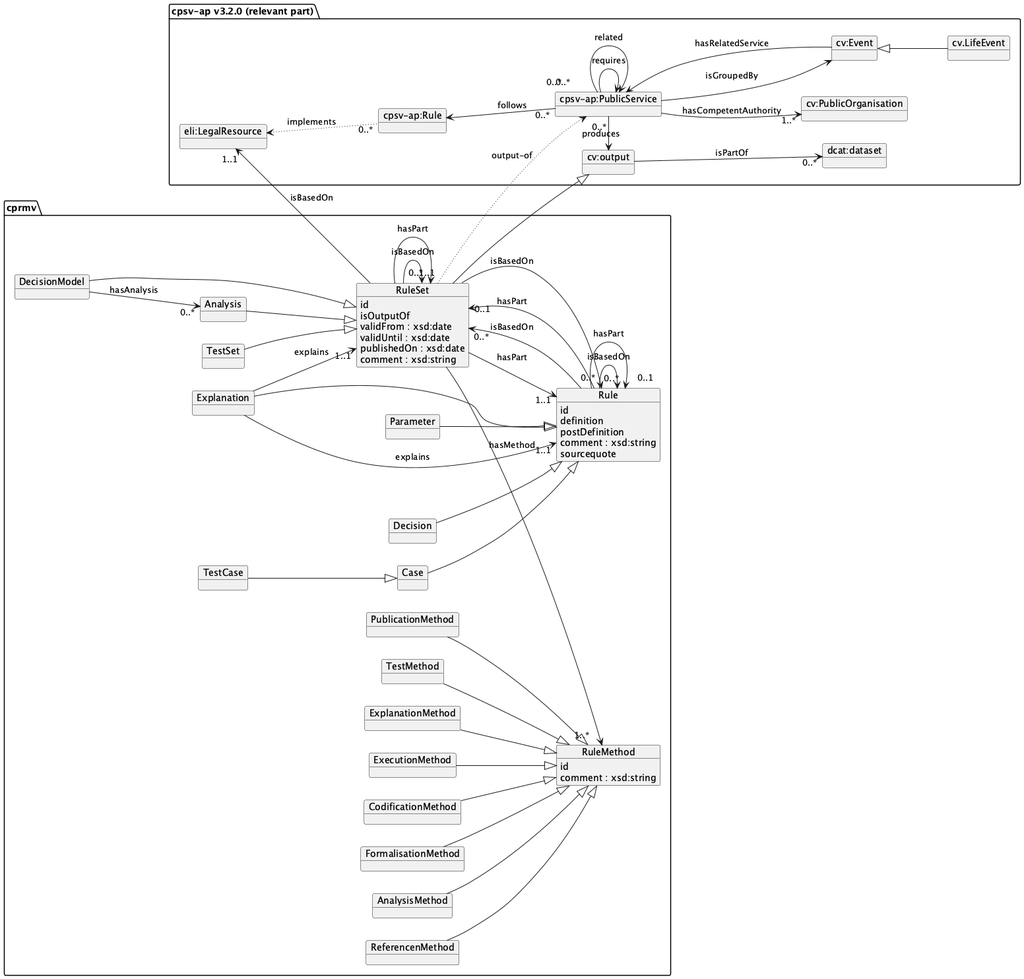
The PlantUML diagram serve_api/respec/0.4.0/media/overview.png in open-regels/cprmv, before a commit.
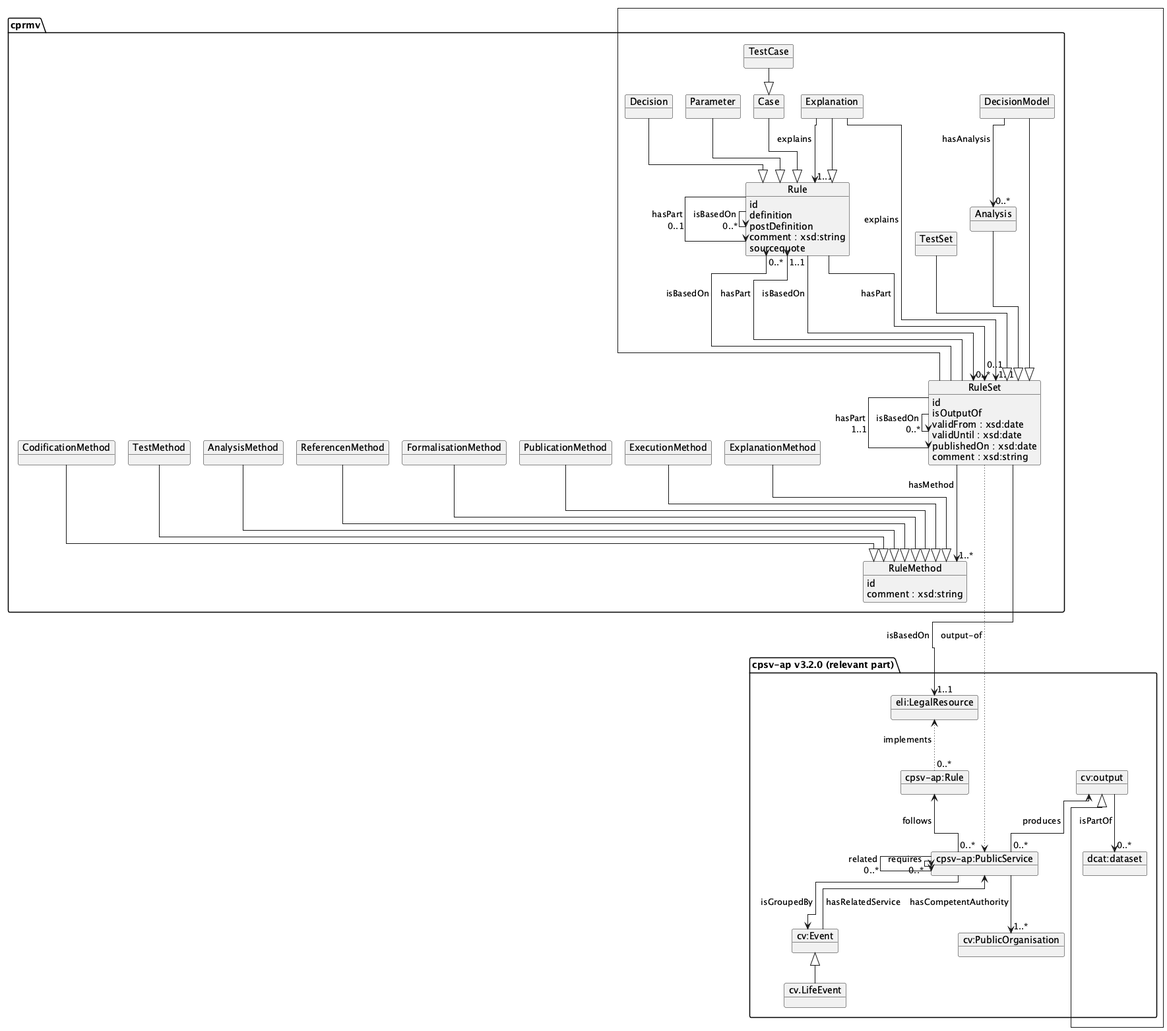
Later version of the same file.

Commit message:
update class diagram in respec and html media folder

Diff of the diagram source:
```diff
@@ -1,4 +1,5 @@
 @startuml
+!pragma layout elk
 left to right direction
 
 package cprmv {
```
